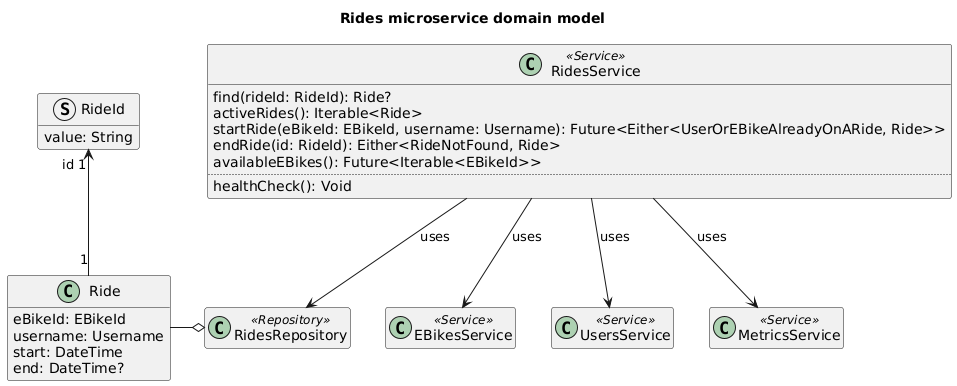
Ventus218/SAP-assignment-02 keeps this PlantUML diagram as doc/diagrams/rides-microservice-domain-model.png. Above is the earlier version.
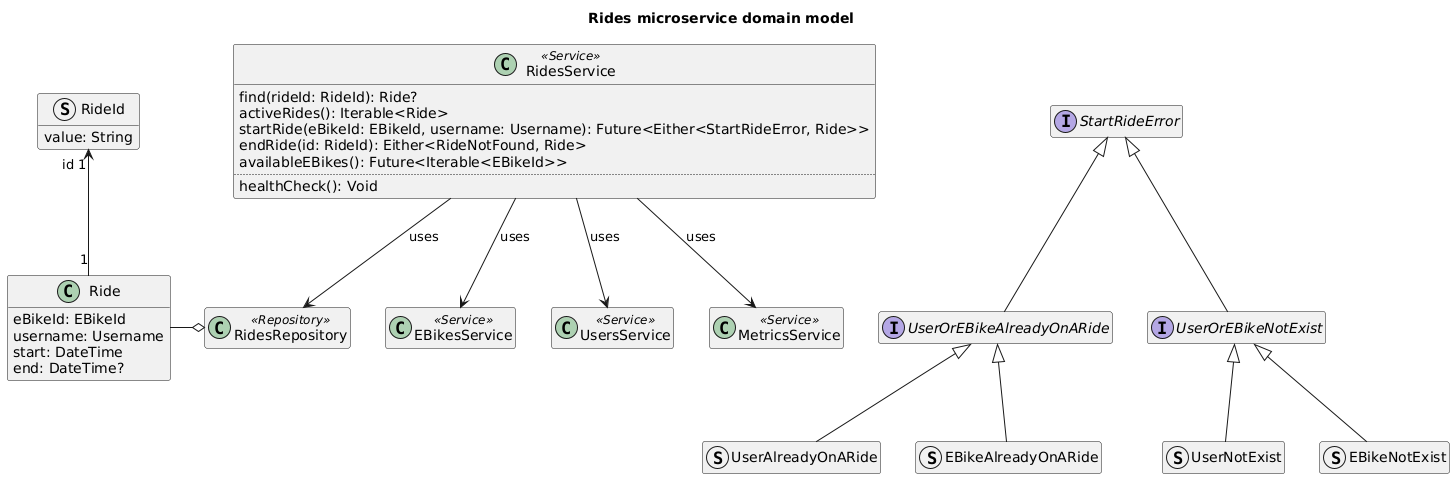
After the change.

Commit message:
Automatically generated PlantUML diagrams

Change to the diagram source:
```diff
@@ -19,7 +19,7 @@
 class RidesService <<Service>> {
     find(rideId: RideId): Ride?
     activeRides(): Iterable<Ride>
-    startRide(eBikeId: EBikeId, username: Username): Future<Either<UserOrEBikeAlreadyOnARide, Ride>>
+    startRide(eBikeId: EBikeId, username: Username): Future<Either<StartRideError, Ride>>
     endRide(id: RideId): Either<RideNotFound, Ride>
     availableEBikes(): Future<Iterable<EBikeId>>
     ..
@@ -37,6 +37,16 @@
 class MetricsService <<Service>>
 RidesService --> MetricsService : "uses"
 
+interface StartRideError
+
+interface UserOrEBikeAlreadyOnARide extends StartRideError
+struct UserAlreadyOnARide extends UserOrEBikeAlreadyOnARide
+struct EBikeAlreadyOnARide extends UserOrEBikeAlreadyOnARide
+
+interface UserOrEBikeNotExist extends StartRideError
+struct UserNotExist extends UserOrEBikeNotExist
+struct EBikeNotExist extends UserOrEBikeNotExist
+
 hide empty members
 
 @enduml
```
